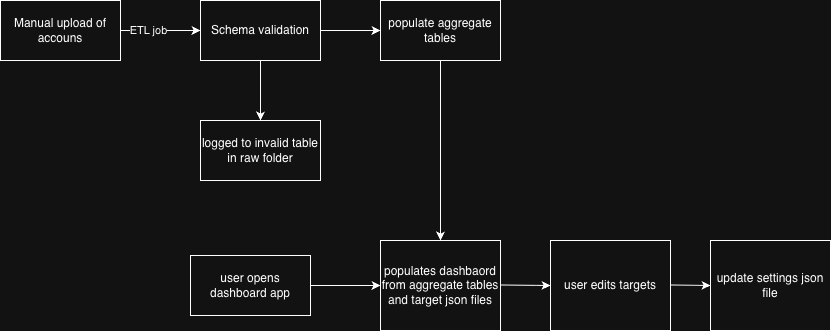
Earlier version of the draw.io export docs/Solution_Design/Data_flow/Data_flow_mvp1.drawio.png (SagnikAdusumilli/Finance_Dashboard). Source tidied: cells renumbered, new cells last; positions are measured from the earlier drawing's top-left corner, leaving out a move shared by most shapes.
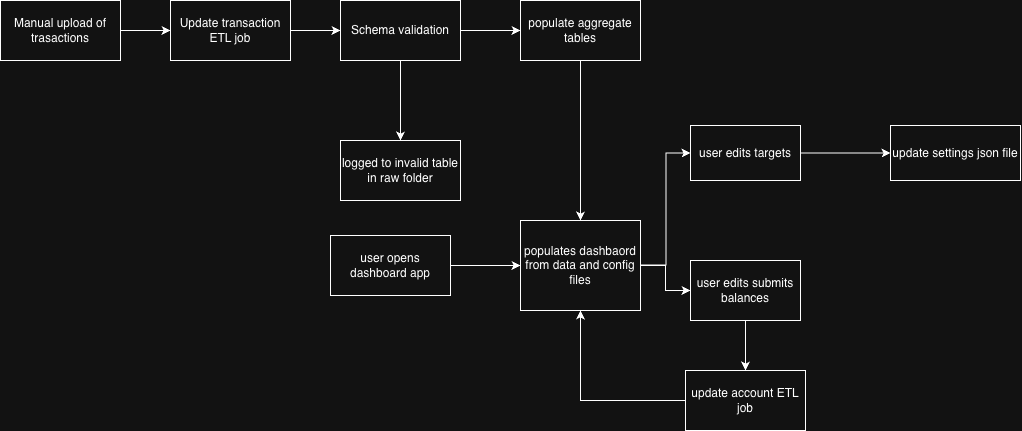
The same file after the commit.

Commit message:
updated data model and flow

The edit, as a diff of the source:
```diff
@@ -2,25 +2,20 @@
   <root>
     <mxCell id="0" />
     <mxCell id="1" parent="0" />
-    <mxCell id="2" value="Manual upload of accouns" style="rounded=0;whiteSpace=wrap;html=1;" parent="1" vertex="1">
-      <mxGeometry width="120" height="60" as="geometry" />
-    </mxCell>
+    <mxCell id="18" style="edgeStyle=orthogonalEdgeStyle;rounded=0;jettySize=auto;html=1;" parent="1" edge="1" source="19" target="29">
+      <mxGeometry relative="1" as="geometry" />
+    </mxCell>
+    <mxCell id="19" value="Manual upload of trasactions" style="rounded=0;whiteSpace=wrap;html=1;" parent="1" vertex="1">
+      <mxGeometry x="-140" width="120" height="60" as="geometry" />
+    </mxCell>
     <mxCell id="3" value="Schema validation" style="rounded=0;whiteSpace=wrap;html=1;" parent="1" vertex="1">
       <mxGeometry x="200" width="120" height="60" as="geometry" />
     </mxCell>
-    <mxCell id="4" style="endArrow=classic;html=1;rounded=0;exitX=1;exitY=0.5;exitDx=0;exitDy=0;entryX=0;entryY=0.5;entryDx=0;entryDy=0;" parent="1" edge="1" source="2" target="3">
-      <mxGeometry relative="1" as="geometry" />
-    </mxCell>
-    <mxCell id="5" value="ETL job" style="edgeLabel;html=1;align=center;verticalAlign=middle;" parent="4" vertex="1">
-      <mxGeometry x="-0.33" y="1" relative="1" as="geometry" />
-    </mxCell>
-    <mxCell id="6" style="endArrow=classic;html=1;rounded=0;exitX=0.5;exitY=1;exitDx=0;exitDy=0;" parent="1" edge="1" source="3">
-      <mxGeometry relative="1" as="geometry">
-        <mxPoint x="260" y="120" as="targetPoint" />
-      </mxGeometry>
-    </mxCell>
+    <mxCell id="20" style="endArrow=classic;html=1;rounded=0;exitX=0.5;exitY=1;exitDx=0;exitDy=0;entryX=0.5;entryY=0;entryDx=0;entryDy=0;edgeStyle=orthogonalEdgeStyle;" parent="1" edge="1" source="3" target="7">
+      <mxGeometry relative="1" as="geometry" />
+    </mxCell>
     <mxCell id="7" value="logged to invalid table in raw folder" style="rounded=0;whiteSpace=wrap;html=1;" parent="1" vertex="1">
-      <mxGeometry x="200" y="120" width="120" height="60" as="geometry" />
+      <mxGeometry x="200" y="140" width="120" height="60" as="geometry" />
     </mxCell>
     <mxCell id="8" value="populate aggregate tables" style="rounded=0;whiteSpace=wrap;html=1;" parent="1" vertex="1">
       <mxGeometry x="380" width="120" height="60" as="geometry" />
@@ -28,34 +23,52 @@
     <mxCell id="9" style="endArrow=classic;html=1;rounded=0;exitX=1;exitY=0.5;exitDx=0;exitDy=0;entryX=0;entryY=0.5;entryDx=0;entryDy=0;" parent="1" edge="1" source="3" target="8">
       <mxGeometry relative="1" as="geometry" />
     </mxCell>
-    <mxCell id="10" value="populates dashbaord from aggregate tables and target json files" style="rounded=0;whiteSpace=wrap;html=1;" parent="1" vertex="1">
-      <mxGeometry x="380" y="240" width="120" height="90" as="geometry" />
-    </mxCell>
+    <mxCell id="21" style="edgeStyle=orthogonalEdgeStyle;rounded=0;jettySize=auto;html=1;exitX=1;exitY=0.5;exitDx=0;exitDy=0;" parent="1" edge="1" source="22" target="32">
+      <mxGeometry relative="1" as="geometry" />
+    </mxCell>
+    <mxCell id="22" value="populates dashbaord from data and config files" style="rounded=0;whiteSpace=wrap;html=1;" parent="1" vertex="1">
+      <mxGeometry x="380" y="220" width="120" height="90" as="geometry" />
+    </mxCell>
     <mxCell id="11" value="user opens dashboard app" style="rounded=0;whiteSpace=wrap;html=1;" parent="1" vertex="1">
-      <mxGeometry x="190" y="255" width="120" height="60" as="geometry" />
+      <mxGeometry x="190" y="235" width="120" height="60" as="geometry" />
     </mxCell>
-    <mxCell id="12" style="endArrow=classic;html=1;rounded=0;exitX=1;exitY=0.5;exitDx=0;exitDy=0;entryX=0;entryY=0.5;entryDx=0;entryDy=0;" parent="1" edge="1" source="11" target="10">
-      <mxGeometry relative="1" as="geometry" />
-    </mxCell>
-    <mxCell id="13" style="endArrow=classic;html=1;rounded=0;exitX=0.5;exitY=1;exitDx=0;exitDy=0;entryX=0.5;entryY=0;entryDx=0;entryDy=0;" parent="1" edge="1" source="8" target="10">
-      <mxGeometry relative="1" as="geometry" />
-    </mxCell>
+    <mxCell id="23" style="endArrow=classic;html=1;rounded=0;exitX=1;exitY=0.5;exitDx=0;exitDy=0;entryX=0;entryY=0.5;entryDx=0;entryDy=0;" parent="1" edge="1" source="11" target="22">
+      <mxGeometry relative="1" as="geometry" />
+    </mxCell>
+    <mxCell id="24" style="endArrow=classic;html=1;rounded=0;exitX=0.5;exitY=1;exitDx=0;exitDy=0;entryX=0.5;entryY=0;entryDx=0;entryDy=0;edgeStyle=orthogonalEdgeStyle;" parent="1" edge="1" source="8" target="22">
+      <mxGeometry relative="1" as="geometry" />
+    </mxCell>
     <mxCell id="14" value="user edits targets" style="rounded=0;whiteSpace=wrap;html=1;" parent="1" vertex="1">
-      <mxGeometry x="550" y="240" width="120" height="90" as="geometry" />
+      <mxGeometry x="550" y="125" width="110" height="55" as="geometry" />
     </mxCell>
-    <mxCell id="15" style="endArrow=classic;html=1;rounded=0;exitX=1;exitY=0.5;exitDx=0;exitDy=0;entryX=0;entryY=0.5;entryDx=0;entryDy=0;" parent="1" edge="1" target="14">
-      <mxGeometry relative="1" as="geometry">
-        <mxPoint x="500" y="284.5" as="sourcePoint" />
-      </mxGeometry>
-    </mxCell>
+    <mxCell id="25" style="endArrow=classic;html=1;rounded=0;exitX=1;exitY=0.5;exitDx=0;exitDy=0;entryX=0;entryY=0.5;entryDx=0;entryDy=0;edgeStyle=orthogonalEdgeStyle;" parent="1" edge="1" target="14">
+      <mxGeometry relative="1" as="geometry">
+        <mxPoint x="500" y="264.5" as="sourcePoint" />
+      </mxGeometry>
+    </mxCell>
     <mxCell id="16" value="update settings json file" style="rounded=0;whiteSpace=wrap;html=1;" parent="1" vertex="1">
-      <mxGeometry x="710" y="240" width="120" height="90" as="geometry" />
+      <mxGeometry x="750" y="125" width="130" height="55" as="geometry" />
     </mxCell>
-    <mxCell id="17" style="endArrow=classic;html=1;rounded=0;exitX=1;exitY=0.5;exitDx=0;exitDy=0;" parent="1" edge="1">
-      <mxGeometry relative="1" as="geometry">
-        <mxPoint x="670" y="284.5" as="sourcePoint" />
-        <mxPoint x="710" y="285" as="targetPoint" />
-      </mxGeometry>
-    </mxCell>
+    <mxCell id="26" style="endArrow=classic;html=1;rounded=0;exitX=1;exitY=0.5;exitDx=0;exitDy=0;entryX=0;entryY=0.5;entryDx=0;entryDy=0;" parent="1" edge="1" source="14" target="16">
+      <mxGeometry relative="1" as="geometry" />
+    </mxCell>
+    <mxCell id="27" value="update account ETL job" style="whiteSpace=wrap;html=1;rounded=0;" parent="1" vertex="1">
+      <mxGeometry x="545" y="370" width="120" height="60" as="geometry" />
+    </mxCell>
+    <mxCell id="28" style="edgeStyle=orthogonalEdgeStyle;rounded=0;jettySize=auto;html=1;exitX=1;exitY=0.5;exitDx=0;exitDy=0;entryX=0;entryY=0.5;entryDx=0;entryDy=0;" parent="1" edge="1" source="29" target="3">
+      <mxGeometry relative="1" as="geometry" />
+    </mxCell>
+    <mxCell id="29" value="Update transaction ETL job" style="whiteSpace=wrap;html=1;rounded=0;" parent="1" vertex="1">
+      <mxGeometry x="30" width="120" height="60" as="geometry" />
+    </mxCell>
+    <mxCell id="30" style="endArrow=classic;html=1;rounded=0;exitX=0;exitY=0.5;exitDx=0;exitDy=0;entryX=0.5;entryY=1;entryDx=0;entryDy=0;edgeStyle=orthogonalEdgeStyle;" parent="1" edge="1" source="27" target="22">
+      <mxGeometry relative="1" as="geometry" />
+    </mxCell>
+    <mxCell id="31" style="edgeStyle=orthogonalEdgeStyle;rounded=0;jettySize=auto;html=1;exitX=0.5;exitY=1;exitDx=0;exitDy=0;entryX=0.5;entryY=0;entryDx=0;entryDy=0;" parent="1" edge="1" source="32" target="27">
+      <mxGeometry relative="1" as="geometry" />
+    </mxCell>
+    <mxCell id="32" value="user edits submits balances" style="rounded=0;whiteSpace=wrap;html=1;" parent="1" vertex="1">
+      <mxGeometry x="550" y="260" width="110" height="60" as="geometry" />
+    </mxCell>
   </root>
 </mxGraphModel>
```
